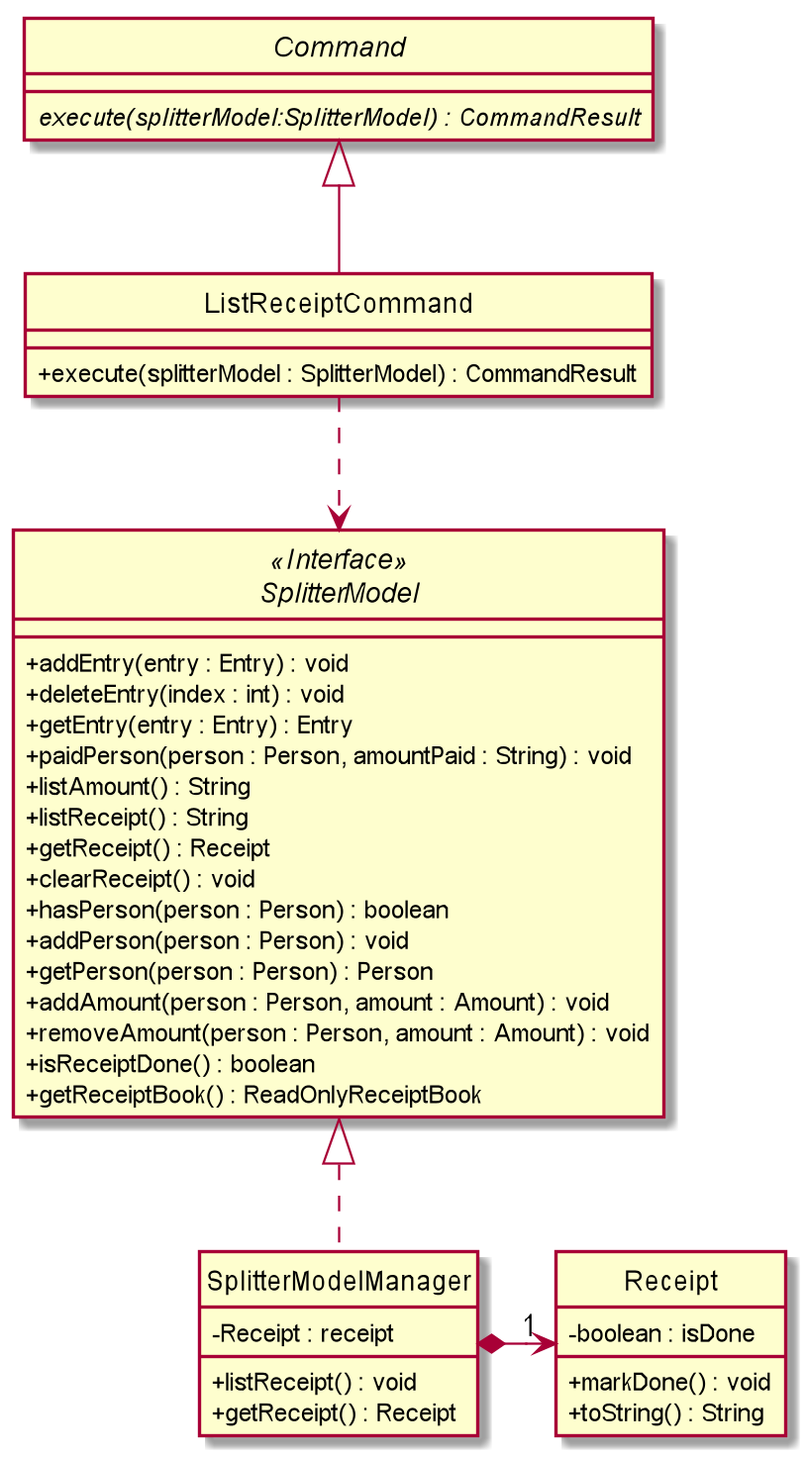
Before: images/ExpenseSplitterListReceiptCommandClassDiagram.png, a diagram exported from PlantUML (AY1920S2-CS2103T-W13-1/main).
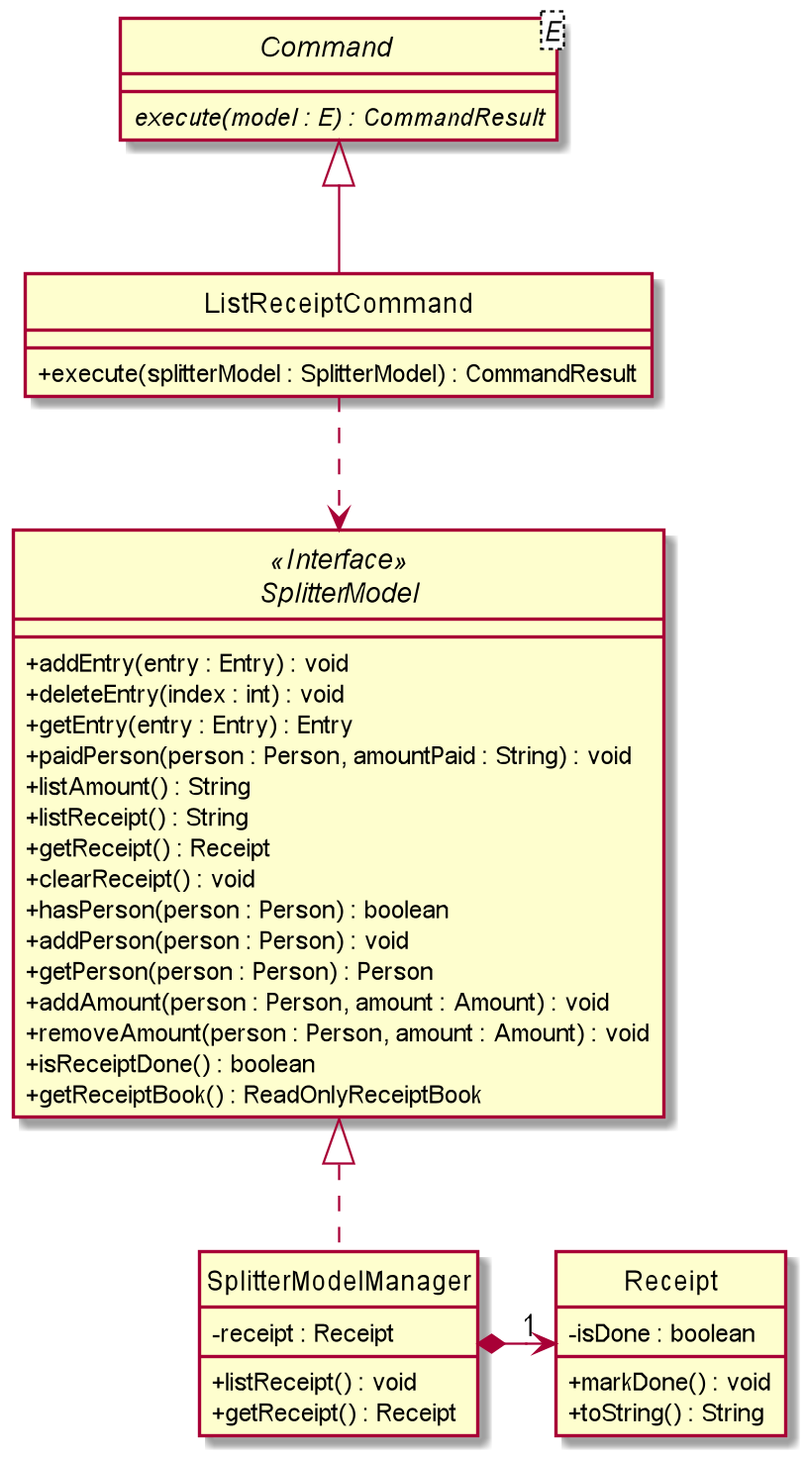
The same diagram one commit later.

The edit, as a diff of the source:
```diff
@@ -6,8 +6,8 @@
 hide circle
 
 
-abstract class Command {
-    {abstract} execute(splitterModel:SplitterModel) : CommandResult
+abstract class Command <E> {
+    {abstract} execute(model : E) : CommandResult
 }
 
 class ListReceiptCommand extends Command {
@@ -17,7 +17,7 @@
 }
 
 class SplitterModelManager implements SplitterModel {
-    - Receipt : receipt
+    - receipt : Receipt
 
     + listReceipt() : void
     + getReceipt() : Receipt
@@ -44,7 +44,7 @@
 }
 
 class Receipt {
-    - boolean : isDone
+    - isDone : boolean
 
     + markDone() : void
     + toString() : String
```
